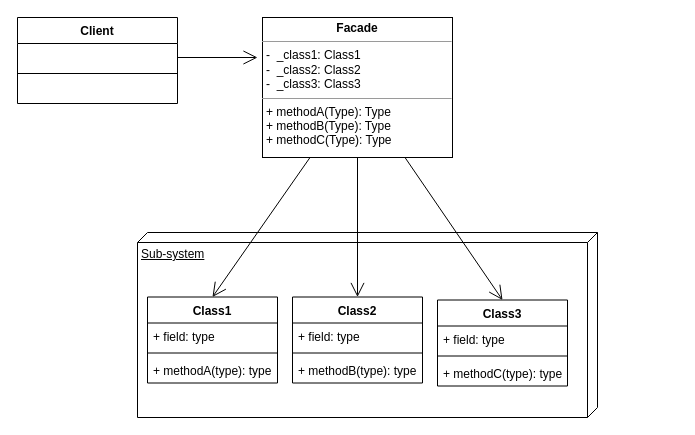
Earlier version of the draw.io diagram Patterns/images/Facade.drawio (zangelus/Patterns). Source tidied: cells renumbered, new cells numbered last; positions are measured from the earlier drawing's top-left corner, leaving out a move shared by most shapes. Both pictures are drawn from the tidied source at 100%, with x=0, y=0 at pixel (17, 17).
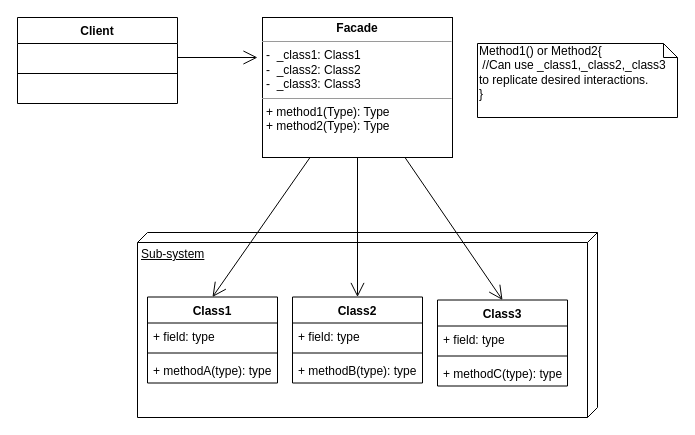
The same diagram, later.

The edit, as a diff of the source:
```diff
@@
-    <mxCell id="2" value="&lt;p style=&quot;margin: 0px ; margin-top: 4px ; text-align: center&quot;&gt;&lt;b&gt;Facade&lt;/b&gt;&lt;/p&gt;&lt;hr size=&quot;1&quot;&gt;&lt;p style=&quot;margin: 0px ; margin-left: 4px&quot;&gt;-&amp;nbsp; _class1: Class1&amp;nbsp;&lt;/p&gt;&lt;p style=&quot;margin: 0px ; margin-left: 4px&quot;&gt;-&amp;nbsp; _class2: Class2&lt;/p&gt;&lt;p style=&quot;margin: 0px ; margin-left: 4px&quot;&gt;-&amp;nbsp; _class3: Class3&lt;br&gt;&lt;/p&gt;&lt;hr size=&quot;1&quot;&gt;&lt;p style=&quot;margin: 0px ; margin-left: 4px&quot;&gt;+ methodA(Type): Type&lt;br&gt;+ methodB(Type): Type&lt;/p&gt;&lt;p style=&quot;margin: 0px ; margin-left: 4px&quot;&gt;+ methodC&lt;span&gt;(Type): Type&lt;/span&gt;&lt;br&gt;&lt;/p&gt;&lt;div&gt;&lt;span&gt;&lt;br&gt;&lt;/span&gt;&lt;/div&gt;" style="verticalAlign=top;align=left;overflow=fill;fontSize=12;fontFamily=Helvetica;html=1;" parent="1" vertex="1">
+    <mxCell id="2" value="&lt;p style=&quot;margin: 0px ; margin-top: 4px ; text-align: center&quot;&gt;&lt;b&gt;Facade&lt;/b&gt;&lt;/p&gt;&lt;hr size=&quot;1&quot;&gt;&lt;p style=&quot;margin: 0px ; margin-left: 4px&quot;&gt;-&amp;nbsp; _class1: Class1&amp;nbsp;&lt;/p&gt;&lt;p style=&quot;margin: 0px ; margin-left: 4px&quot;&gt;-&amp;nbsp; _class2: Class2&lt;/p&gt;&lt;p style=&quot;margin: 0px ; margin-left: 4px&quot;&gt;-&amp;nbsp; _class3: Class3&lt;br&gt;&lt;/p&gt;&lt;hr size=&quot;1&quot;&gt;&lt;p style=&quot;margin: 0px ; margin-left: 4px&quot;&gt;+ method1(Type): Type&lt;br&gt;+ method2(Type): Type&lt;/p&gt;&lt;p style=&quot;margin: 0px ; margin-left: 4px&quot;&gt;&lt;br&gt;&lt;/p&gt;" style="verticalAlign=top;align=left;overflow=fill;fontSize=12;fontFamily=Helvetica;html=1;" parent="1" vertex="1">
       <mxGeometry x="245" width="190" height="140" as="geometry" />
     </mxCell>
@@
+    <mxCell id="24" value="Method1() or Method2{&lt;br&gt;&amp;nbsp;//Can use _class1,_class2,_class3&lt;br&gt;to replicate desired interactions.&lt;br&gt;}&lt;br&gt;" style="shape=note;whiteSpace=wrap;html=1;size=14;verticalAlign=top;align=left;spacingTop=-6;" parent="1" vertex="1">
+      <mxGeometry x="460" y="26" width="200" height="74" as="geometry" />
+    </mxCell>
```
